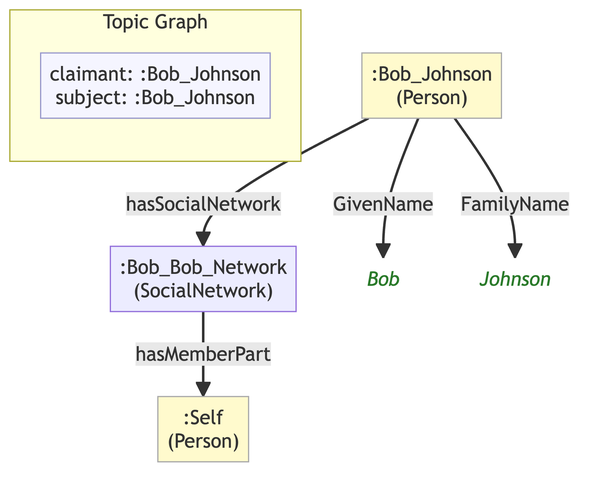
Earlier version of the Mermaid export example/graphs/images/graph-02.png (MeeFoundation/mia-ontologies). Its source is kept beside it as example/graphs/images/graph-02.mmd.
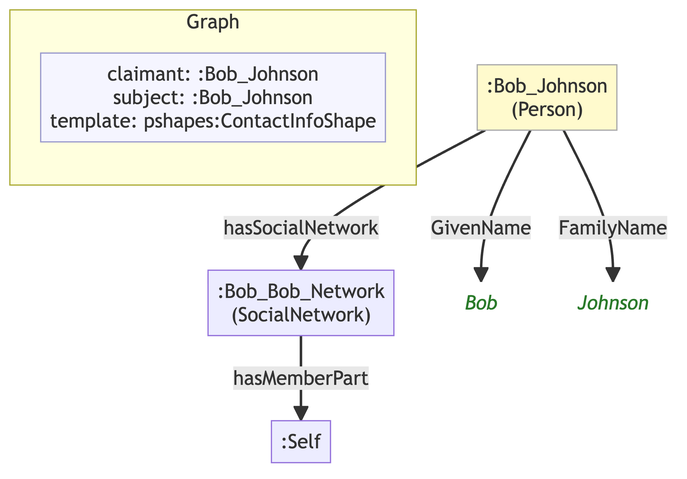
Above is the later version.

Diff of the diagram source:
```diff
@@ -1,22 +1,21 @@
 flowchart TD
     classDef person fill:#fffacd,stroke:#aaa,color:#333
-    classDef grp    fill:#d4edda,stroke:#aaa,color:#333
     classDef org    fill:#cce5ff,stroke:#aaa,color:#333
     classDef lit    fill:none,stroke:none,font-style:italic,color:#2a7a2a
     classDef meta   fill:#f5f5ff,stroke:#9999cc,color:#333
 
-    subgraph ctx["Topic Graph"]
+    subgraph ctx["Graph"]
         direction LR
-        ctx_meta["claimant: :Bob_Johnson\nsubject: :Bob_Johnson"]:::meta
+        ctx_meta["claimant: :Bob_Johnson\nsubject: :Bob_Johnson\ntemplate: pshapes:ContactInfoShape"]:::meta
     end
 
     n19c34148fc05[":Bob_Bob_Network\n(SocialNetwork)"]
-    ne0c3ba92f1db[":Self\n(Person)"]:::person
+    n89768dce3f8b[":Self"]
     n166b15bd501b[":Bob_Johnson\n(Person)"]:::person
-    naf3fb7437c2c("Bob"):::lit
-    n28103f9d1f6f("Johnson"):::lit
+    n17a6d67c987c("Bob"):::lit
+    nf304c4625237("Johnson"):::lit
 
-    n19c34148fc05 -->|"hasMemberPart"| ne0c3ba92f1db
-    n166b15bd501b -->|"GivenName"| naf3fb7437c2c
-    n166b15bd501b -->|"FamilyName"| n28103f9d1f6f
+    n19c34148fc05 -->|"hasMemberPart"| n89768dce3f8b
+    n166b15bd501b -->|"GivenName"| n17a6d67c987c
+    n166b15bd501b -->|"FamilyName"| nf304c4625237
     n166b15bd501b -->|"hasSocialNetwork"| n19c34148fc05
```
